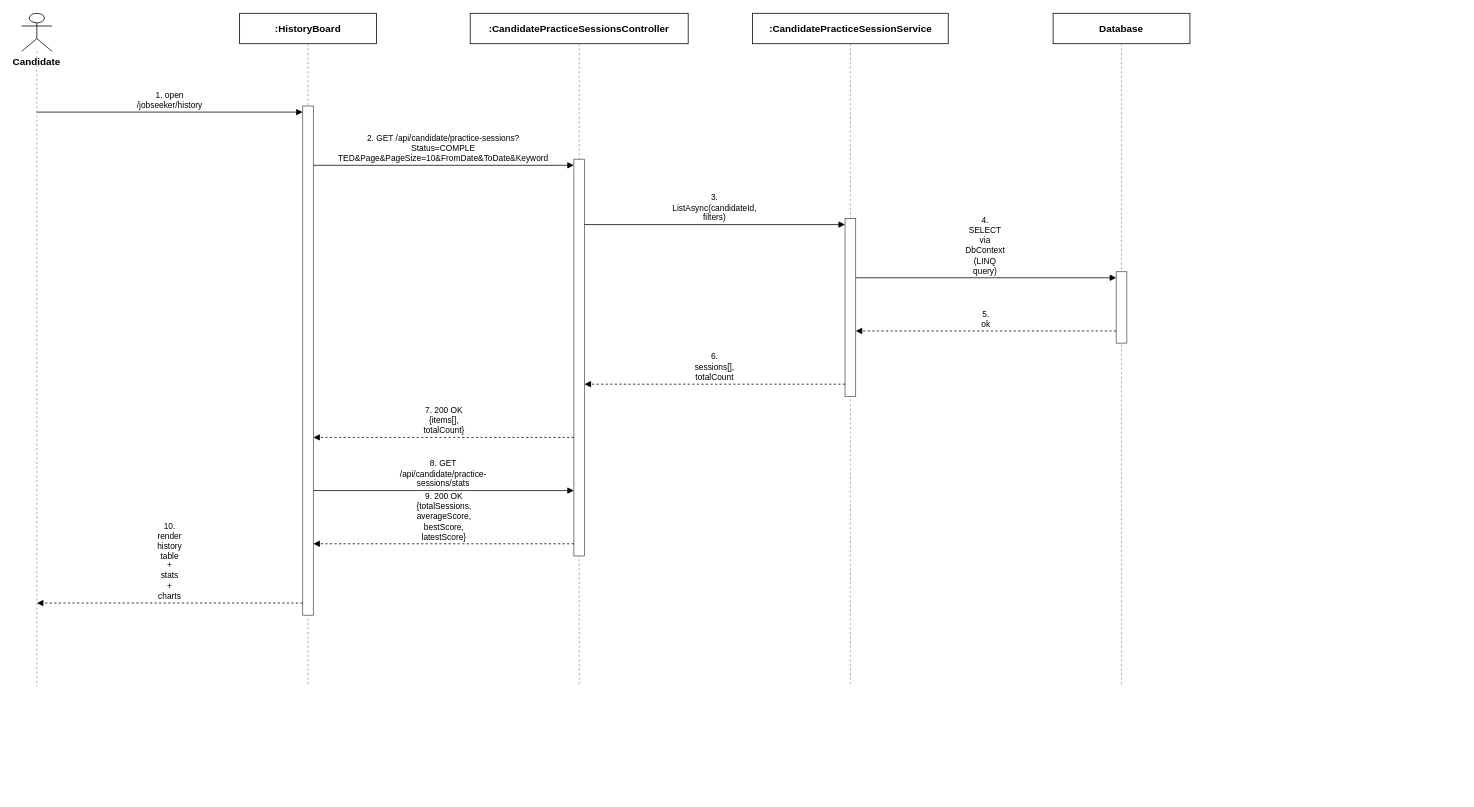
The draw.io diagram docs/qa/Tu_SequenceDiagram/Report4_SequenceDiagram_View_Practice_History.drawio in tulklk/AI_Interview_Question_Generation_RAG_LLM_FE, before the edit. Source tidied: cells renumbered, new cells numbered last; positions are measured from the earlier drawing's top-left corner, leaving out a move shared by most shapes. Both pictures are drawn from the tidied source at 76%, with x=0, y=0 at pixel (21, 13).
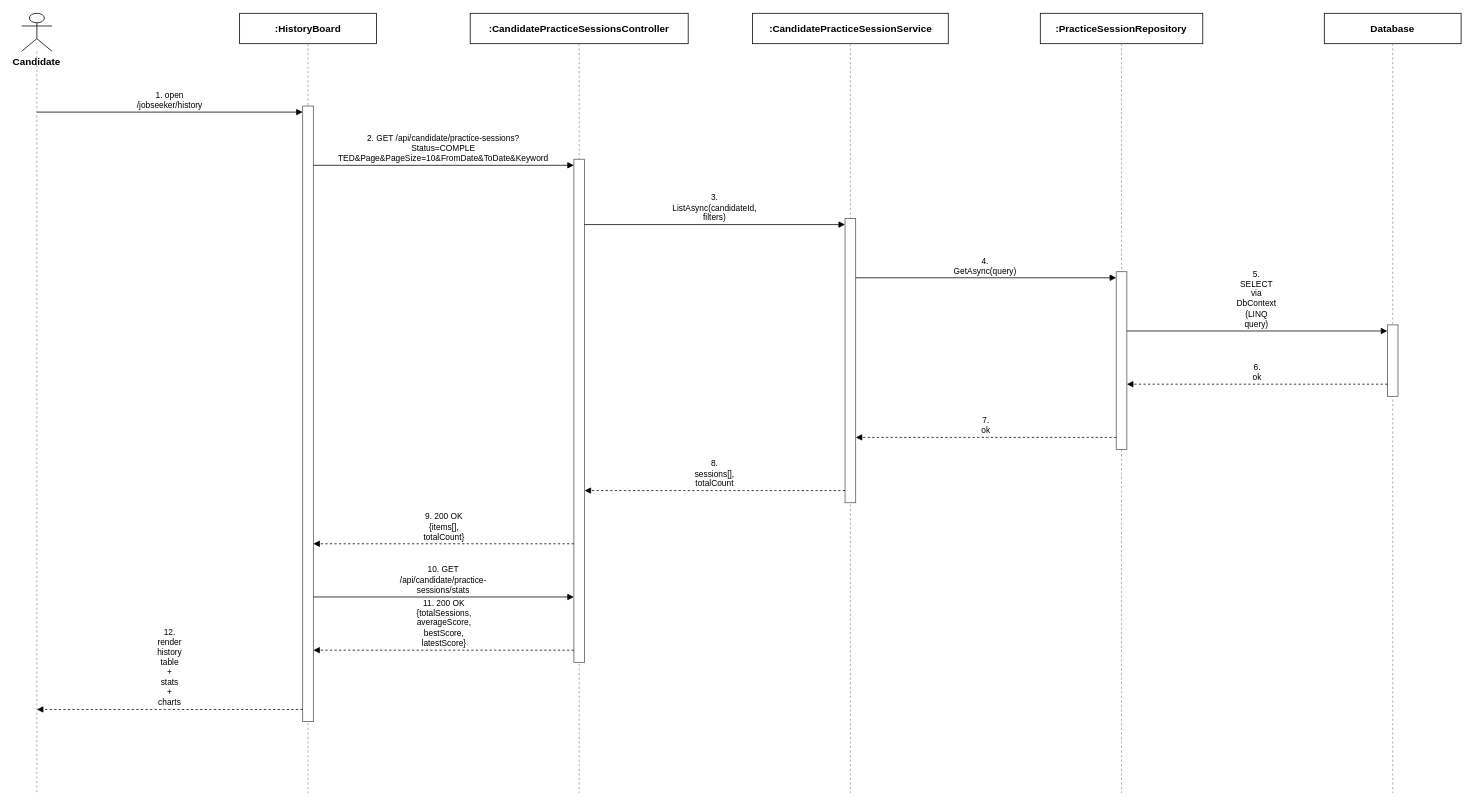
After the change.

What changed in the source:
```diff
@@
     <mxCell id="3" style="endArrow=none;dashed=1;html=1;strokeColor=#999999;" parent="1" edge="1">
       <mxGeometry relative="1" as="geometry">
         <mxPoint x="20" y="50" as="sourcePoint" />
-        <mxPoint x="20" y="886" as="targetPoint" />
+        <mxPoint x="20" y="1026" as="targetPoint" />
       </mxGeometry>
     </mxCell>
@@
     <mxCell id="5" style="endArrow=none;dashed=1;html=1;strokeColor=#999999;" parent="1" edge="1">
       <mxGeometry relative="1" as="geometry">
         <mxPoint x="376.8" y="40" as="sourcePoint" />
-        <mxPoint x="376.8" y="886" as="targetPoint" />
+        <mxPoint x="376.8" y="1026" as="targetPoint" />
       </mxGeometry>
     </mxCell>
@@
     <mxCell id="7" style="endArrow=none;dashed=1;html=1;strokeColor=#999999;" parent="1" edge="1">
       <mxGeometry relative="1" as="geometry">
         <mxPoint x="733.6" y="40" as="sourcePoint" />
-        <mxPoint x="733.6" y="886" as="targetPoint" />
+        <mxPoint x="733.6" y="1026" as="targetPoint" />
       </mxGeometry>
     </mxCell>
@@
     <mxCell id="9" style="endArrow=none;dashed=1;html=1;strokeColor=#999999;" parent="1" edge="1">
       <mxGeometry relative="1" as="geometry">
         <mxPoint x="1090.4" y="40" as="sourcePoint" />
-        <mxPoint x="1090.4" y="886" as="targetPoint" />
+        <mxPoint x="1090.4" y="1026" as="targetPoint" />
       </mxGeometry>
     </mxCell>
-    <mxCell id="10" value="Database" style="rounded=0;whiteSpace=wrap;html=1;fontSize=13;fillColor=#ffffff;strokeColor=#000000;fontStyle=1;" parent="1" vertex="1">
-      <mxGeometry x="1357.2" width="180" height="40" as="geometry" />
+    <mxCell id="10" value=":PracticeSessionRepository" style="rounded=0;whiteSpace=wrap;html=1;fontSize=13;fillColor=#ffffff;strokeColor=#000000;fontStyle=1;" parent="1" vertex="1">
+      <mxGeometry x="1340.3" width="213.8" height="40" as="geometry" />
     </mxCell>
     <mxCell id="11" style="endArrow=none;dashed=1;html=1;strokeColor=#999999;" parent="1" edge="1">
       <mxGeometry relative="1" as="geometry">
         <mxPoint x="1447.2" y="40" as="sourcePoint" />
-        <mxPoint x="1447.2" y="886" as="targetPoint" />
+        <mxPoint x="1447.2" y="1026" as="targetPoint" />
       </mxGeometry>
     </mxCell>
-    <mxCell id="12" style="rounded=0;whiteSpace=wrap;html=1;fillColor=#ffffff;strokeColor=#555555;" parent="1" vertex="1">
-      <mxGeometry x="369.8" y="122" width="14" height="670" as="geometry" />
+    <mxCell id="12" value="Database" style="rounded=0;whiteSpace=wrap;html=1;fontSize=13;fillColor=#ffffff;strokeColor=#000000;fontStyle=1;" parent="1" vertex="1">
+      <mxGeometry x="1714" width="180" height="40" as="geometry" />
     </mxCell>
-    <mxCell id="13" style="rounded=0;whiteSpace=wrap;html=1;fillColor=#ffffff;strokeColor=#555555;" parent="1" vertex="1">
-      <mxGeometry x="726.6" y="192" width="14" height="522" as="geometry" />
+    <mxCell id="13" style="endArrow=none;dashed=1;html=1;strokeColor=#999999;" parent="1" edge="1">
+      <mxGeometry relative="1" as="geometry">
+        <mxPoint x="1804" y="40" as="sourcePoint" />
+        <mxPoint x="1804" y="1026" as="targetPoint" />
+      </mxGeometry>
     </mxCell>
     <mxCell id="14" style="rounded=0;whiteSpace=wrap;html=1;fillColor=#ffffff;strokeColor=#555555;" parent="1" vertex="1">
-      <mxGeometry x="1083.4" y="270" width="14" height="234" as="geometry" />
+      <mxGeometry x="369.8" y="122" width="14" height="810" as="geometry" />
     </mxCell>
     <mxCell id="15" style="rounded=0;whiteSpace=wrap;html=1;fillColor=#ffffff;strokeColor=#555555;" parent="1" vertex="1">
-      <mxGeometry x="1440.2" y="340" width="14" height="94" as="geometry" />
+      <mxGeometry x="726.6" y="192" width="14" height="662" as="geometry" />
     </mxCell>
-    <mxCell id="16" value="1. open /jobseeker/history" style="endArrow=block;endFill=1;html=1;whiteSpace=wrap;fontSize=11;align=center;verticalAlign=bottom;labelBackgroundColor=#ffffff;strokeColor=#000000;" parent="1" edge="1">
-      <mxGeometry relative="1" as="geometry">
-        <mxPoint x="20" y="130" as="sourcePoint" />
-        <mxPoint x="369.8" y="130" as="targetPoint" />
-      </mxGeometry>
+    <mxCell id="16" style="rounded=0;whiteSpace=wrap;html=1;fillColor=#ffffff;strokeColor=#555555;" parent="1" vertex="1">
+      <mxGeometry x="1083.4" y="270" width="14" height="374" as="geometry" />
     </mxCell>
-    <mxCell id="17" value="2. GET /api/candidate/practice-sessions?Status=COMPLE&lt;br&gt;TED&amp;Page&amp;PageSize=10&amp;FromDate&amp;ToDate&amp;Keyword" style="endArrow=block;endFill=1;html=1;whiteSpace=wrap;fontSize=11;align=center;verticalAlign=bottom;labelBackgroundColor=#ffffff;strokeColor=#000000;" parent="1" edge="1">
-      <mxGeometry relative="1" as="geometry">
-        <mxPoint x="383.8" y="200" as="sourcePoint" />
-        <mxPoint x="726.6" y="200" as="targetPoint" />
-      </mxGeometry>
+    <mxCell id="17" style="rounded=0;whiteSpace=wrap;html=1;fillColor=#ffffff;strokeColor=#555555;" parent="1" vertex="1">
+      <mxGeometry x="1440.2" y="340" width="14" height="234" as="geometry" />
     </mxCell>
-    <mxCell id="18" value="3. ListAsync(candidateId, filters)" style="endArrow=block;endFill=1;html=1;whiteSpace=wrap;fontSize=11;align=center;verticalAlign=bottom;labelBackgroundColor=#ffffff;strokeColor=#000000;" parent="1" edge="1">
-      <mxGeometry relative="1" as="geometry">
-        <mxPoint x="740.6" y="278" as="sourcePoint" />
-        <mxPoint x="1083.4" y="278" as="targetPoint" />
-      </mxGeometry>
+    <mxCell id="18" style="rounded=0;whiteSpace=wrap;html=1;fillColor=#ffffff;strokeColor=#555555;" parent="1" vertex="1">
+      <mxGeometry x="1797" y="410" width="14" height="94" as="geometry" />
     </mxCell>
-    <mxCell id="19" value="4. SELECT via DbContext (LINQ query)" style="endArrow=block;endFill=1;html=1;whiteSpace=wrap;fontSize=11;align=center;verticalAlign=bottom;labelBackgroundColor=#ffffff;strokeColor=#000000;" parent="1" edge="1">
+    <mxCell id="19" value="1. open /jobseeker/history" style="endArrow=block;endFill=1;html=1;whiteSpace=wrap;fontSize=11;align=center;verticalAlign=bottom;labelBackgroundColor=#ffffff;strokeColor=#000000;" parent="1" edge="1">
       <mxGeometry relative="1" as="geometry">
-        <mxPoint x="1097.4" y="348" as="sourcePoint" />
-        <mxPoint x="1440.2" y="348" as="targetPoint" />
+        <mxPoint x="20" y="130" as="sourcePoint" />
+        <mxPoint x="369.8" y="130" as="targetPoint" />
       </mxGeometry>
     </mxCell>
-    <mxCell id="20" value="5. ok" style="endArrow=block;endFill=1;html=1;whiteSpace=wrap;dashed=1;fontSize=11;align=center;verticalAlign=bottom;labelBackgroundColor=#ffffff;strokeColor=#000000;" parent="1" edge="1">
+    <mxCell id="20" value="2. GET /api/candidate/practice-sessions?Status=COMPLE&lt;br&gt;TED&amp;Page&amp;PageSize=10&amp;FromDate&amp;ToDate&amp;Keyword" style="endArrow=block;endFill=1;html=1;whiteSpace=wrap;fontSize=11;align=center;verticalAlign=bottom;labelBackgroundColor=#ffffff;strokeColor=#000000;" parent="1" edge="1">
       <mxGeometry relative="1" as="geometry">
-        <mxPoint x="1440.2" y="418" as="sourcePoint" />
-        <mxPoint x="1097.4" y="418" as="targetPoint" />
+        <mxPoint x="383.8" y="200" as="sourcePoint" />
+        <mxPoint x="726.6" y="200" as="targetPoint" />
       </mxGeometry>
     </mxCell>
-    <mxCell id="21" value="6. sessions[], totalCount" style="endArrow=block;endFill=1;html=1;whiteSpace=wrap;dashed=1;fontSize=11;align=center;verticalAlign=bottom;labelBackgroundColor=#ffffff;strokeColor=#000000;" parent="1" edge="1">
+    <mxCell id="21" value="3. ListAsync(candidateId, filters)" style="endArrow=block;endFill=1;html=1;whiteSpace=wrap;fontSize=11;align=center;verticalAlign=bottom;labelBackgroundColor=#ffffff;strokeColor=#000000;" parent="1" edge="1">
       <mxGeometry relative="1" as="geometry">
-        <mxPoint x="1083.4" y="488" as="sourcePoint" />
-        <mxPoint x="740.6" y="488" as="targetPoint" />
+        <mxPoint x="740.6" y="278" as="sourcePoint" />
+        <mxPoint x="1083.4" y="278" as="targetPoint" />
       </mxGeometry>
     </mxCell>
-    <mxCell id="22" value="7. 200 OK {items[], totalCount}" style="endArrow=block;endFill=1;html=1;whiteSpace=wrap;dashed=1;fontSize=11;align=center;verticalAlign=bottom;labelBackgroundColor=#ffffff;strokeColor=#000000;" parent="1" edge="1">
+    <mxCell id="22" value="4. GetAsync(query)" style="endArrow=block;endFill=1;html=1;whiteSpace=wrap;fontSize=11;align=center;verticalAlign=bottom;labelBackgroundColor=#ffffff;strokeColor=#000000;" parent="1" edge="1">
       <mxGeometry relative="1" as="geometry">
-        <mxPoint x="726.6" y="558" as="sourcePoint" />
-        <mxPoint x="383.8" y="558" as="targetPoint" />
+        <mxPoint x="1097.4" y="348" as="sourcePoint" />
+        <mxPoint x="1440.2" y="348" as="targetPoint" />
       </mxGeometry>
     </mxCell>
-    <mxCell id="23" value="8. GET /api/candidate/practice-sessions/stats" style="endArrow=block;endFill=1;html=1;whiteSpace=wrap;fontSize=11;align=center;verticalAlign=bottom;labelBackgroundColor=#ffffff;strokeColor=#000000;" parent="1" edge="1">
+    <mxCell id="23" value="5. SELECT via DbContext (LINQ query)" style="endArrow=block;endFill=1;html=1;whiteSpace=wrap;fontSize=11;align=center;verticalAlign=bottom;labelBackgroundColor=#ffffff;strokeColor=#000000;" parent="1" edge="1">
       <mxGeometry relative="1" as="geometry">
-        <mxPoint x="383.8" y="628" as="sourcePoint" />
-        <mxPoint x="726.6" y="628" as="targetPoint" />
+        <mxPoint x="1454.2" y="418" as="sourcePoint" />
+        <mxPoint x="1797" y="418" as="targetPoint" />
       </mxGeometry>
     </mxCell>
-    <mxCell id="24" value="9. 200 OK {totalSessions, averageScore, bestScore,&lt;br&gt;latestScore}" style="endArrow=block;endFill=1;html=1;whiteSpace=wrap;dashed=1;fontSize=11;align=center;verticalAlign=bottom;labelBackgroundColor=#ffffff;strokeColor=#000000;" parent="1" edge="1">
+    <mxCell id="24" value="6. ok" style="endArrow=block;endFill=1;html=1;whiteSpace=wrap;dashed=1;fontSize=11;align=center;verticalAlign=bottom;labelBackgroundColor=#ffffff;strokeColor=#000000;" parent="1" edge="1">
       <mxGeometry relative="1" as="geometry">
-        <mxPoint x="726.6" y="698" as="sourcePoint" />
-        <mxPoint x="383.8" y="698" as="targetPoint" />
+        <mxPoint x="1797" y="488" as="sourcePoint" />
+        <mxPoint x="1454.2" y="488" as="targetPoint" />
       </mxGeometry>
     </mxCell>
-    <mxCell id="25" value="10. render history table + stats + charts" style="endArrow=block;endFill=1;html=1;whiteSpace=wrap;dashed=1;fontSize=11;align=center;verticalAlign=bottom;labelBackgroundColor=#ffffff;strokeColor=#000000;" parent="1" edge="1">
+    <mxCell id="25" value="7. ok" style="endArrow=block;endFill=1;html=1;whiteSpace=wrap;dashed=1;fontSize=11;align=center;verticalAlign=bottom;labelBackgroundColor=#ffffff;strokeColor=#000000;" parent="1" edge="1">
       <mxGeometry relative="1" as="geometry">
-        <mxPoint x="369.8" y="776" as="sourcePoint" />
-        <mxPoint x="20" y="776" as="targetPoint" />
+        <mxPoint x="1440.2" y="558" as="sourcePoint" />
+        <mxPoint x="1097.4" y="558" as="targetPoint" />
       </mxGeometry>
     </mxCell>
+    <mxCell id="26" value="8. sessions[], totalCount" style="endArrow=block;endFill=1;html=1;whiteSpace=wrap;dashed=1;fontSize=11;align=center;verticalAlign=bottom;labelBackgroundColor=#ffffff;strokeColor=#000000;" parent="1" edge="1">
+      <mxGeometry relative="1" as="geometry">
+        <mxPoint x="1083.4" y="628" as="sourcePoint" />
+        <mxPoint x="740.6" y="628" as="targetPoint" />
+      </mxGeometry>
+    </mxCell>
+    <mxCell id="27" value="9. 200 OK {items[], totalCount}" style="endArrow=block;endFill=1;html=1;whiteSpace=wrap;dashed=1;fontSize=11;align=center;verticalAlign=bottom;labelBackgroundColor=#ffffff;strokeColor=#000000;" parent="1" edge="1">
+      <mxGeometry relative="1" as="geometry">
+        <mxPoint x="726.6" y="698" as="sourcePoint" />
+        <mxPoint x="383.8" y="698" as="targetPoint" />
+      </mxGeometry>
+    </mxCell>
+    <mxCell id="28" value="10. GET /api/candidate/practice-sessions/stats" style="endArrow=block;endFill=1;html=1;whiteSpace=wrap;fontSize=11;align=center;verticalAlign=bottom;labelBackgroundColor=#ffffff;strokeColor=#000000;" parent="1" edge="1">
+      <mxGeometry relative="1" as="geometry">
+        <mxPoint x="383.8" y="768" as="sourcePoint" />
+        <mxPoint x="726.6" y="768" as="targetPoint" />
+      </mxGeometry>
+    </mxCell>
+    <mxCell id="29" value="11. 200 OK {totalSessions, averageScore, bestScore,&lt;br&gt;latestScore}" style="endArrow=block;endFill=1;html=1;whiteSpace=wrap;dashed=1;fontSize=11;align=center;verticalAlign=bottom;labelBackgroundColor=#ffffff;strokeColor=#000000;" parent="1" edge="1">
+      <mxGeometry relative="1" as="geometry">
+        <mxPoint x="726.6" y="838" as="sourcePoint" />
+        <mxPoint x="383.8" y="838" as="targetPoint" />
+      </mxGeometry>
+    </mxCell>
+    <mxCell id="30" value="12. render history table + stats + charts" style="endArrow=block;endFill=1;html=1;whiteSpace=wrap;dashed=1;fontSize=11;align=center;verticalAlign=bottom;labelBackgroundColor=#ffffff;strokeColor=#000000;" parent="1" edge="1">
+      <mxGeometry relative="1" as="geometry">
+        <mxPoint x="369.8" y="916" as="sourcePoint" />
+        <mxPoint x="20" y="916" as="targetPoint" />
+      </mxGeometry>
+    </mxCell>
```
